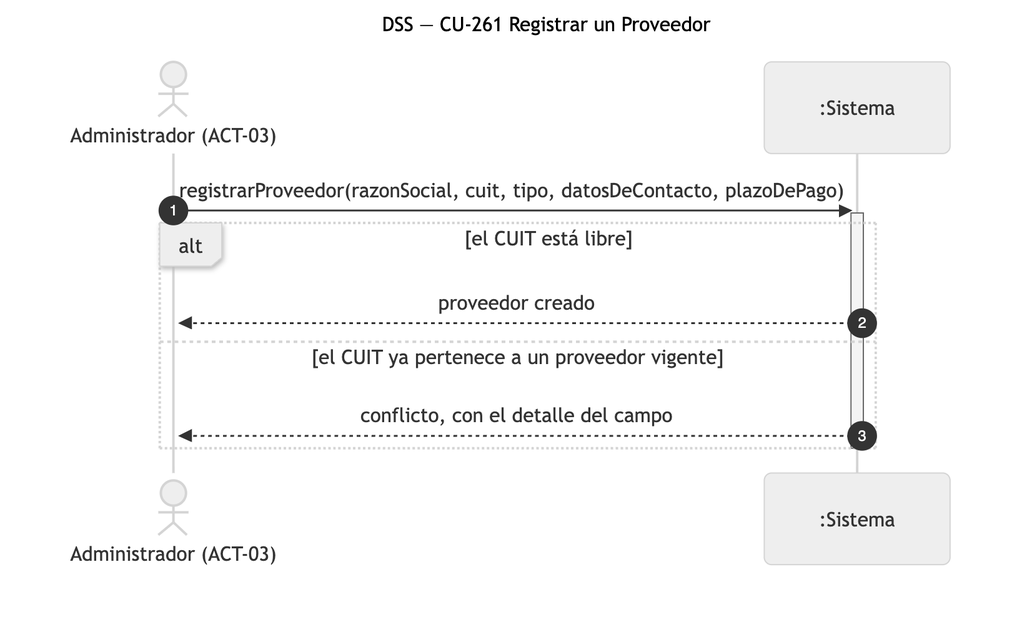
Earlier version of the Mermaid export diagramas/png/DSS_CU-261_Registrar-un-Proveedor.png (Nahuelito-Dev/splg-docs). Its source is kept beside it as diagramas/DSS_CU-261_Registrar-un-Proveedor.mmd.
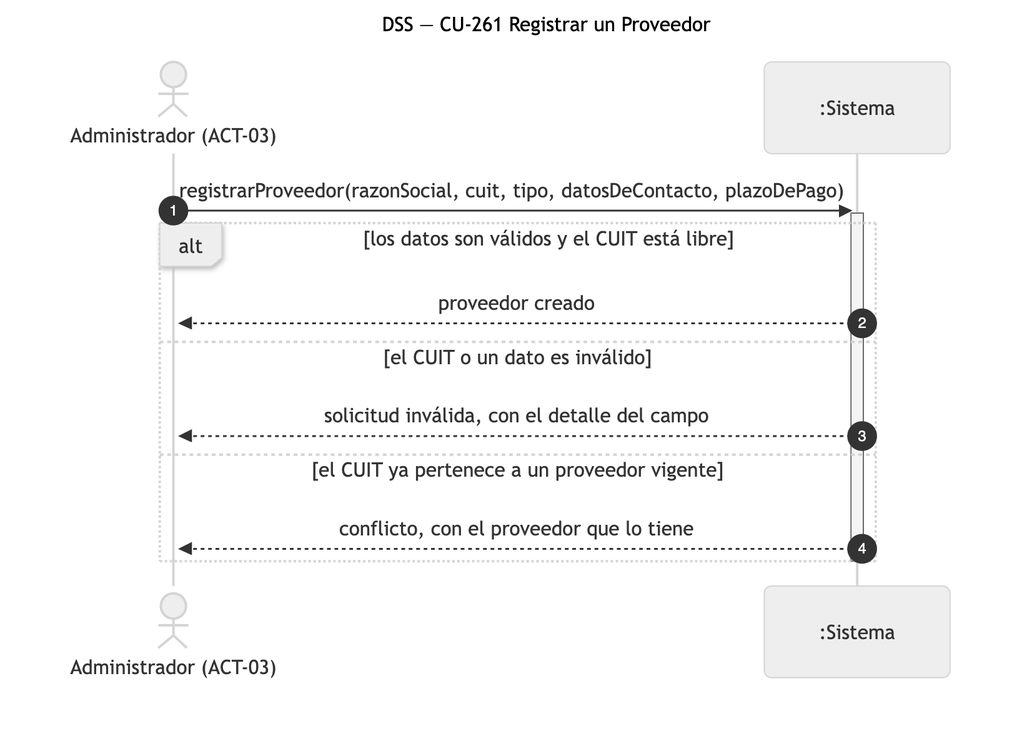
The same diagram one commit later.

Diff of the diagram source:
```diff
@@ -6,9 +6,11 @@
 
     ADM->>SIS: registrarProveedor(razonSocial, cuit, tipo, datosDeContacto, plazoDePago)
     activate SIS
-    alt el CUIT está libre
+    alt los datos son válidos y el CUIT está libre
         SIS-->>ADM: proveedor creado
+    else el CUIT o un dato es inválido
+        SIS-->>ADM: solicitud inválida, con el detalle del campo
     else el CUIT ya pertenece a un proveedor vigente
-        SIS-->>ADM: conflicto, con el detalle del campo
+        SIS-->>ADM: conflicto, con el proveedor que lo tiene
     end
     deactivate SIS
```
